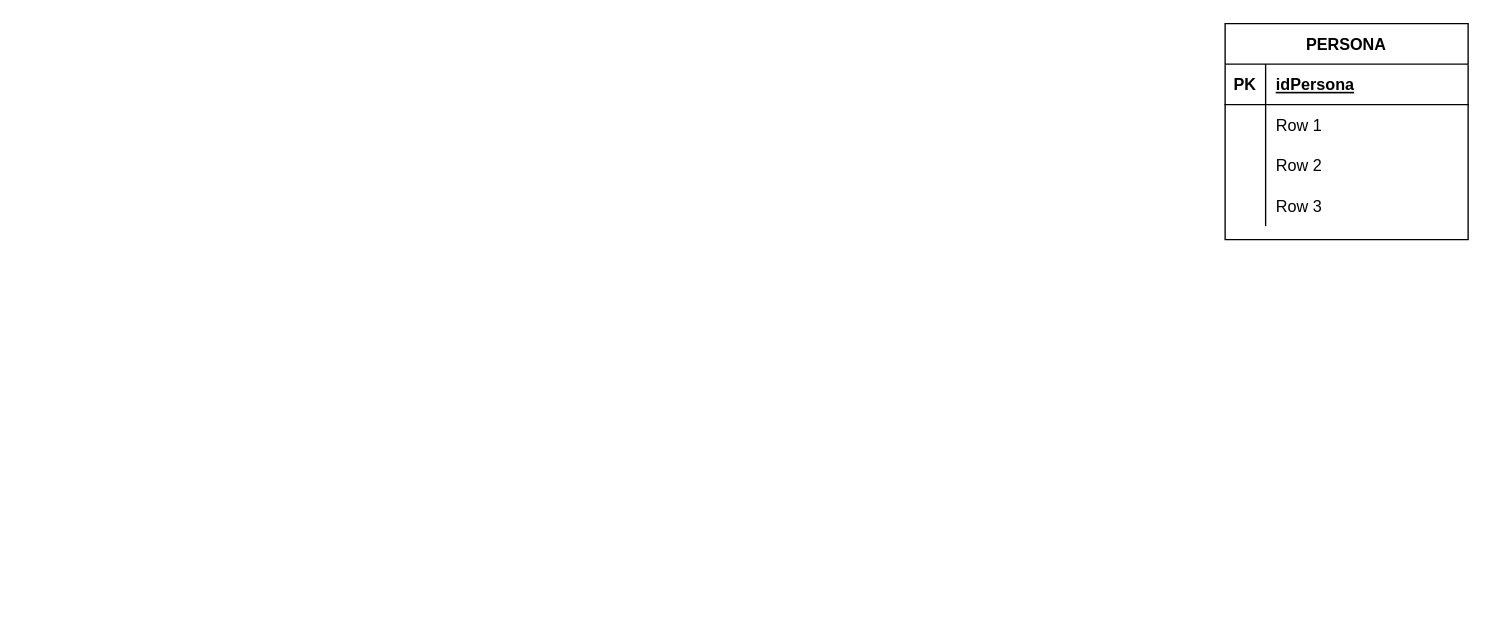
Above: database/Untitled Diagram.drawio in pablovede/portfolioArgPrograma (draw.io), before the change. Source tidied: cells renumbered, new cells numbered last; positions are measured from the earlier drawing's top-left corner, leaving out a move shared by most shapes. Both pictures are drawn from the tidied source at 135%, with x=0, y=0 at pixel (1224, 23).
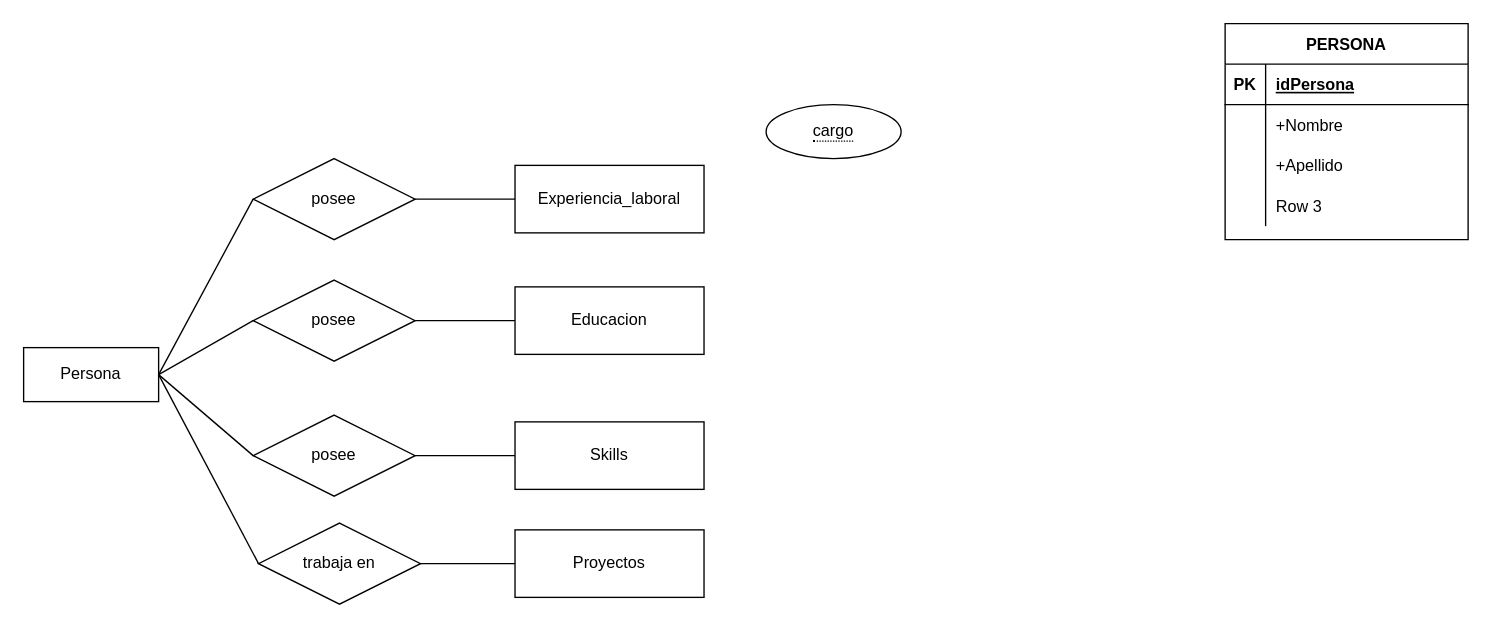
The same page after the edit.

The change refers to these unchanged cells:
```xml
<mxCell id="6" style="shape=tableRow;horizontal=0;startSize=0;swimlaneHead=0;swimlaneBody=0;fillColor=none;top=0;left=0;right=0;bottom=0;" parent="2" vertex="1">
  <mxGeometry y="60" width="180" height="30" as="geometry" />
</mxCell>
<mxCell id="9" style="shape=tableRow;horizontal=0;startSize=0;swimlaneHead=0;swimlaneBody=0;fillColor=none;top=0;left=0;right=0;bottom=0;" parent="2" vertex="1">
  <mxGeometry y="90" width="180" height="30" as="geometry" />
</mxCell>
```

What changed in the source:
```diff
@@
-    <mxCell id="8" value="Row 1" style="shape=partialRectangle;fillColor=none;top=0;left=0;bottom=0;right=0;align=left;spacingLeft=6;overflow=hidden;" parent="6" vertex="1">
+    <mxCell id="8" value="+Nombre" style="shape=partialRectangle;fillColor=none;top=0;left=0;bottom=0;right=0;align=left;spacingLeft=6;overflow=hidden;" parent="6" vertex="1">
       <mxGeometry x="30" width="150" height="30" as="geometry" />
     </mxCell>
@@
-    <mxCell id="11" value="Row 2" style="shape=partialRectangle;fillColor=none;top=0;left=0;bottom=0;right=0;align=left;spacingLeft=6;overflow=hidden;" parent="9" vertex="1">
+    <mxCell id="11" value="+Apellido" style="shape=partialRectangle;fillColor=none;top=0;left=0;bottom=0;right=0;align=left;spacingLeft=6;overflow=hidden;" parent="9" vertex="1">
       <mxGeometry x="30" width="150" height="30" as="geometry" />
     </mxCell>
@@
+    <mxCell id="15" value="Persona" style="whiteSpace=wrap;html=1;align=center;" parent="1" vertex="1">
+      <mxGeometry x="-890" y="240" width="100" height="40" as="geometry" />
+    </mxCell>
+    <mxCell id="16" value="Experiencia_laboral" style="whiteSpace=wrap;html=1;align=center;" parent="1" vertex="1">
+      <mxGeometry x="-526" y="105" width="140" height="50" as="geometry" />
+    </mxCell>
+    <mxCell id="17" value="Educacion" style="whiteSpace=wrap;html=1;align=center;" parent="1" vertex="1">
+      <mxGeometry x="-526" y="195" width="140" height="50" as="geometry" />
+    </mxCell>
+    <mxCell id="18" value="Skills" style="whiteSpace=wrap;html=1;align=center;" parent="1" vertex="1">
+      <mxGeometry x="-526" y="295" width="140" height="50" as="geometry" />
+    </mxCell>
+    <mxCell id="19" value="Proyectos" style="whiteSpace=wrap;html=1;align=center;" parent="1" vertex="1">
+      <mxGeometry x="-526" y="375" width="140" height="50" as="geometry" />
+    </mxCell>
+    <mxCell id="20" value="posee" style="shape=rhombus;perimeter=rhombusPerimeter;whiteSpace=wrap;html=1;align=center;" parent="1" vertex="1">
+      <mxGeometry x="-720" y="100" width="120" height="60" as="geometry" />
+    </mxCell>
+    <mxCell id="21" style="endArrow=none;html=1;rounded=0;exitX=1;exitY=0.5;exitDx=0;exitDy=0;entryX=0;entryY=0.5;entryDx=0;entryDy=0;" parent="1" edge="1" source="15" target="20">
+      <mxGeometry relative="1" as="geometry" />
+    </mxCell>
+    <mxCell id="22" style="endArrow=none;html=1;rounded=0;exitX=1;exitY=0.5;exitDx=0;exitDy=0;entryX=0;entryY=0.5;entryDx=0;entryDy=0;" parent="1" edge="1" source="20" target="16">
+      <mxGeometry relative="1" as="geometry" />
+    </mxCell>
+    <mxCell id="23" value="posee" style="shape=rhombus;perimeter=rhombusPerimeter;whiteSpace=wrap;html=1;align=center;" parent="1" vertex="1">
+      <mxGeometry x="-720" y="190" width="120" height="60" as="geometry" />
+    </mxCell>
+    <mxCell id="24" style="endArrow=none;html=1;rounded=0;exitX=1;exitY=0.5;exitDx=0;exitDy=0;entryX=0;entryY=0.5;entryDx=0;entryDy=0;" parent="1" edge="1" source="15" target="23">
+      <mxGeometry relative="1" as="geometry" />
+    </mxCell>
+    <mxCell id="25" style="endArrow=none;html=1;rounded=0;exitX=1;exitY=0.5;exitDx=0;exitDy=0;entryX=0;entryY=0.5;entryDx=0;entryDy=0;" parent="1" edge="1" source="23" target="17">
+      <mxGeometry relative="1" as="geometry" />
+    </mxCell>
+    <mxCell id="26" value="posee" style="shape=rhombus;perimeter=rhombusPerimeter;whiteSpace=wrap;html=1;align=center;" parent="1" vertex="1">
+      <mxGeometry x="-720" y="290" width="120" height="60" as="geometry" />
+    </mxCell>
+    <mxCell id="27" value="trabaja en" style="shape=rhombus;perimeter=rhombusPerimeter;whiteSpace=wrap;html=1;align=center;" parent="1" vertex="1">
+      <mxGeometry x="-716" y="370" width="120" height="60" as="geometry" />
+    </mxCell>
+    <mxCell id="28" style="endArrow=none;html=1;rounded=0;entryX=0;entryY=0.5;entryDx=0;entryDy=0;exitX=1;exitY=0.5;exitDx=0;exitDy=0;" parent="1" edge="1" source="15" target="26">
+      <mxGeometry relative="1" as="geometry" />
+    </mxCell>
+    <mxCell id="29" style="endArrow=none;html=1;rounded=0;exitX=1;exitY=0.5;exitDx=0;exitDy=0;entryX=0;entryY=0.5;entryDx=0;entryDy=0;" parent="1" edge="1" source="15" target="27">
+      <mxGeometry relative="1" as="geometry" />
+    </mxCell>
+    <mxCell id="30" style="endArrow=none;html=1;rounded=0;exitX=1;exitY=0.5;exitDx=0;exitDy=0;" parent="1" edge="1" source="27" target="19">
+      <mxGeometry relative="1" as="geometry" />
+    </mxCell>
+    <mxCell id="31" style="endArrow=none;html=1;rounded=0;exitX=1;exitY=0.5;exitDx=0;exitDy=0;entryX=0;entryY=0.5;entryDx=0;entryDy=0;" parent="1" edge="1" source="26" target="18">
+      <mxGeometry relative="1" as="geometry" />
+    </mxCell>
+    <mxCell id="32" value="&lt;span style=&quot;border-bottom: 1px dotted&quot;&gt;cargo&lt;/span&gt;" style="ellipse;whiteSpace=wrap;html=1;align=center;" parent="1" vertex="1">
+      <mxGeometry x="-340" y="60" width="100" height="40" as="geometry" />
+    </mxCell>
```
